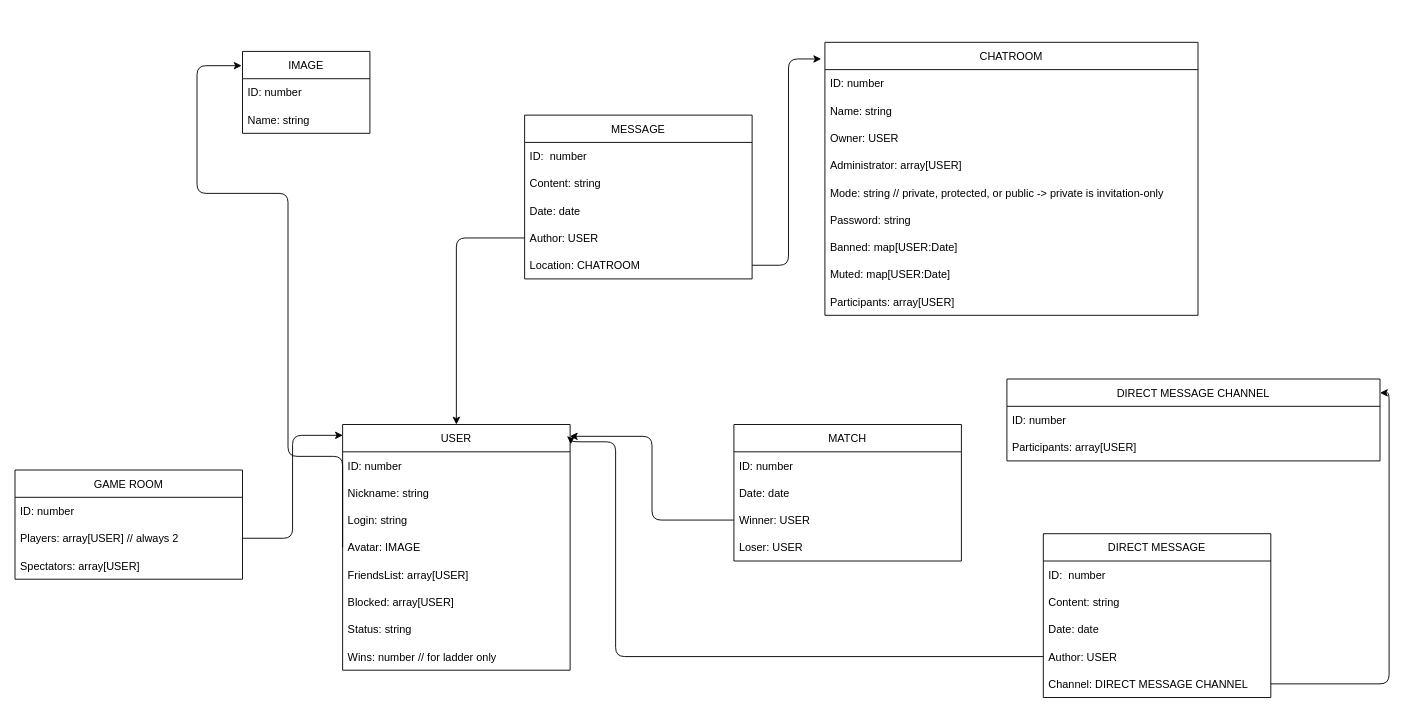
Above: data_model_v0.drawio in ababoum/ft_transcendence (draw.io), before the change. Source tidied: cells renumbered, new cells numbered last; positions are measured from the earlier drawing's top-left corner, leaving out a move shared by most shapes. Both pictures are drawn from the tidied source at 91%, with x=0, y=0 at pixel (15, 42).
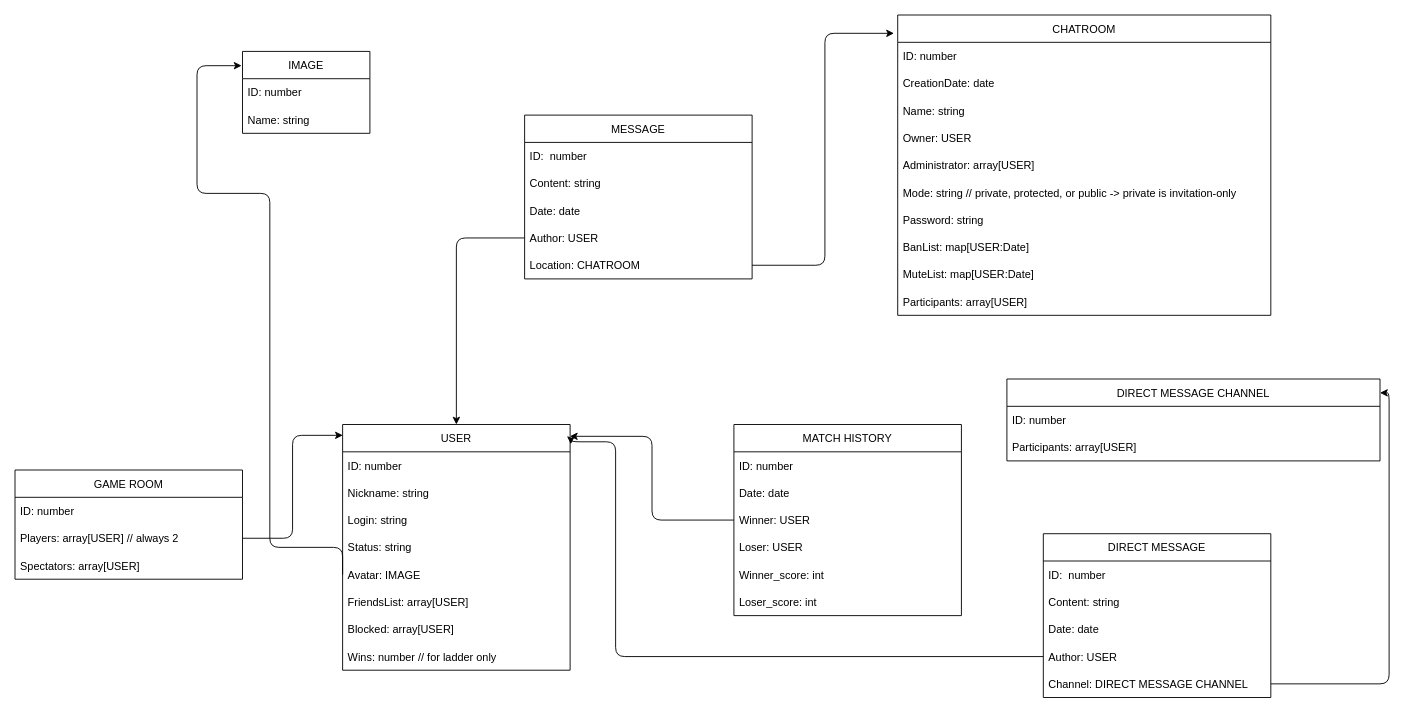
Above is the later version.

Unchanged cells that the change refers to:
```xml
<mxCell id="2" value="USER" style="swimlane;fontStyle=0;horizontal=1;startSize=30;" parent="1" vertex="1">
  <mxGeometry x="360" y="420" width="250" height="270" as="geometry" />
</mxCell>
<mxCell id="11" value="IMAGE" style="swimlane;fontStyle=0;horizontal=1;startSize=30;" parent="1" vertex="1">
  <mxGeometry x="250" y="10" width="140" height="90" as="geometry" />
</mxCell>
```

The edit, as a diff of the source:
```diff
@@
+    <mxCell id="9" value="Status: string" style="text;strokeColor=none;fillColor=none;align=left;verticalAlign=middle;spacingLeft=4;spacingRight=4;overflow=hidden;" parent="2" vertex="1">
+      <mxGeometry y="120" width="250" height="30" as="geometry" />
+    </mxCell>
     <mxCell id="6" value="Avatar: IMAGE" style="text;strokeColor=none;fillColor=none;align=left;verticalAlign=middle;spacingLeft=4;spacingRight=4;overflow=hidden;points=[[0,0.5],[1,0.5]];portConstraint=eastwest;" parent="2" vertex="1">
-      <mxGeometry y="120" width="250" height="30" as="geometry" />
+      <mxGeometry y="150" width="250" height="30" as="geometry" />
     </mxCell>
     <mxCell id="7" value="FriendsList: array[USER]" style="text;strokeColor=none;fillColor=none;align=left;verticalAlign=middle;spacingLeft=4;spacingRight=4;overflow=hidden;" parent="2" vertex="1">
-      <mxGeometry y="150" width="250" height="30" as="geometry" />
+      <mxGeometry y="180" width="250" height="30" as="geometry" />
     </mxCell>
     <mxCell id="8" value="Blocked: array[USER]" style="text;strokeColor=none;fillColor=none;align=left;verticalAlign=middle;spacingLeft=4;spacingRight=4;overflow=hidden;" parent="2" vertex="1">
-      <mxGeometry y="180" width="250" height="30" as="geometry" />
+      <mxGeometry y="210" width="250" height="30" as="geometry" />
     </mxCell>
-    <mxCell id="9" value="Status: string" style="text;strokeColor=none;fillColor=none;align=left;verticalAlign=middle;spacingLeft=4;spacingRight=4;overflow=hidden;" parent="2" vertex="1">
-      <mxGeometry y="210" width="250" height="30" as="geometry" />
-    </mxCell>
@@
     <mxCell id="14" style="edgeStyle=orthogonalEdgeStyle;html=1;entryX=-0.007;entryY=0.174;entryDx=0;entryDy=0;exitX=0;exitY=0.5;exitDx=0;exitDy=0;entryPerimeter=0;" parent="1" edge="1" source="6" target="11">
       <mxGeometry relative="1" as="geometry">
         <Array as="points">
-          <mxPoint x="360" y="455" />
-          <mxPoint x="300" y="455" />
-          <mxPoint x="300" y="166" />
+          <mxPoint x="280" y="555" />
+          <mxPoint x="280" y="166" />
           <mxPoint x="200" y="166" />
           <mxPoint x="200" y="26" />
         </Array>
       </mxGeometry>
     </mxCell>
-    <mxCell id="15" value="MATCH" style="swimlane;fontStyle=0;horizontal=1;startSize=30;" parent="1" vertex="1">
-      <mxGeometry x="790" y="420" width="250" height="150" as="geometry" />
+    <mxCell id="15" value="MATCH HISTORY" style="swimlane;fontStyle=0;horizontal=1;startSize=30;" parent="1" vertex="1">
+      <mxGeometry x="790" y="420" width="250" height="210" as="geometry" />
     </mxCell>
@@
+    <mxCell id="55" value="Loser: USER" style="text;strokeColor=none;fillColor=none;align=left;verticalAlign=middle;spacingLeft=4;spacingRight=4;overflow=hidden;" parent="15" vertex="1">
+      <mxGeometry y="120" width="250" height="30" as="geometry" />
+    </mxCell>
+    <mxCell id="56" value="Winner_score: int" style="text;strokeColor=none;fillColor=none;align=left;verticalAlign=middle;spacingLeft=4;spacingRight=4;overflow=hidden;" parent="15" vertex="1">
+      <mxGeometry y="150" width="250" height="30" as="geometry" />
+    </mxCell>
-    <mxCell id="19" value="Loser: USER" style="text;strokeColor=none;fillColor=none;align=left;verticalAlign=middle;spacingLeft=4;spacingRight=4;overflow=hidden;" parent="15" vertex="1">
-      <mxGeometry y="120" width="250" height="30" as="geometry" />
+    <mxCell id="19" value="Loser_score: int" style="text;strokeColor=none;fillColor=none;align=left;verticalAlign=middle;spacingLeft=4;spacingRight=4;overflow=hidden;" parent="15" vertex="1">
+      <mxGeometry y="180" width="250" height="30" as="geometry" />
     </mxCell>
@@
     <mxCell id="21" value="CHATROOM" style="swimlane;fontStyle=0;horizontal=1;startSize=30;" parent="1" vertex="1">
-      <mxGeometry x="890" width="410" height="300" as="geometry" />
+      <mxGeometry x="970" y="-30" width="410" height="330" as="geometry" />
     </mxCell>
@@
+    <mxCell id="57" value="CreationDate: date" style="text;strokeColor=none;fillColor=none;align=left;verticalAlign=middle;spacingLeft=4;spacingRight=4;overflow=hidden;" parent="21" vertex="1">
+      <mxGeometry y="60" width="410" height="30" as="geometry" />
+    </mxCell>
     <mxCell id="23" value="Name: string" style="text;strokeColor=none;fillColor=none;align=left;verticalAlign=middle;spacingLeft=4;spacingRight=4;overflow=hidden;" parent="21" vertex="1">
-      <mxGeometry y="60" width="410" height="30" as="geometry" />
+      <mxGeometry y="90" width="410" height="30" as="geometry" />
     </mxCell>
     <mxCell id="24" value="Owner: USER" style="text;strokeColor=none;fillColor=none;align=left;verticalAlign=middle;spacingLeft=4;spacingRight=4;overflow=hidden;" parent="21" vertex="1">
-      <mxGeometry y="90" width="410" height="30" as="geometry" />
+      <mxGeometry y="120" width="410" height="30" as="geometry" />
     </mxCell>
     <mxCell id="25" value="Administrator: array[USER]" style="text;strokeColor=none;fillColor=none;align=left;verticalAlign=middle;spacingLeft=4;spacingRight=4;overflow=hidden;" parent="21" vertex="1">
-      <mxGeometry y="120" width="410" height="30" as="geometry" />
+      <mxGeometry y="150" width="410" height="30" as="geometry" />
     </mxCell>
     <mxCell id="26" value="Mode: string // private, protected, or public -&gt; private is invitation-only" style="text;strokeColor=none;fillColor=none;align=left;verticalAlign=middle;spacingLeft=4;spacingRight=4;overflow=hidden;" parent="21" vertex="1">
-      <mxGeometry y="150" width="410" height="30" as="geometry" />
+      <mxGeometry y="180" width="410" height="30" as="geometry" />
     </mxCell>
     <mxCell id="27" value="Password: string" style="text;strokeColor=none;fillColor=none;align=left;verticalAlign=middle;spacingLeft=4;spacingRight=4;overflow=hidden;" parent="21" vertex="1">
-      <mxGeometry y="180" width="410" height="30" as="geometry" />
+      <mxGeometry y="210" width="410" height="30" as="geometry" />
     </mxCell>
-    <mxCell id="28" value="Banned: map[USER:Date]" style="text;strokeColor=none;fillColor=none;align=left;verticalAlign=middle;spacingLeft=4;spacingRight=4;overflow=hidden;" parent="21" vertex="1">
-      <mxGeometry y="210" width="410" height="30" as="geometry" />
+    <mxCell id="28" value="BanList: map[USER:Date]" style="text;strokeColor=none;fillColor=none;align=left;verticalAlign=middle;spacingLeft=4;spacingRight=4;overflow=hidden;" parent="21" vertex="1">
+      <mxGeometry y="240" width="410" height="30" as="geometry" />
     </mxCell>
-    <mxCell id="29" value="Muted: map[USER:Date]" style="text;strokeColor=none;fillColor=none;align=left;verticalAlign=middle;spacingLeft=4;spacingRight=4;overflow=hidden;" parent="21" vertex="1">
-      <mxGeometry y="240" width="410" height="30" as="geometry" />
+    <mxCell id="29" value="MuteList: map[USER:Date]" style="text;strokeColor=none;fillColor=none;align=left;verticalAlign=middle;spacingLeft=4;spacingRight=4;overflow=hidden;" parent="21" vertex="1">
+      <mxGeometry y="270" width="410" height="30" as="geometry" />
     </mxCell>
     <mxCell id="30" value="Participants: array[USER]" style="text;strokeColor=none;fillColor=none;align=left;verticalAlign=middle;spacingLeft=4;spacingRight=4;overflow=hidden;" parent="21" vertex="1">
-      <mxGeometry y="270" width="410" height="30" as="geometry" />
+      <mxGeometry y="300" width="410" height="30" as="geometry" />
     </mxCell>
```
